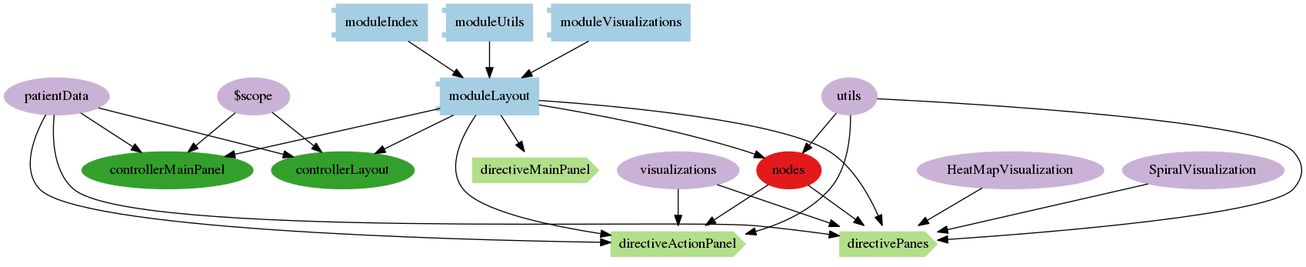
Before: architecture/png/modules/moduleLayout.png, a diagram exported from Graphviz (nevesnunes/MultiViz). Its source is kept beside it as architecture/dot/modules/moduleLayout.dot.
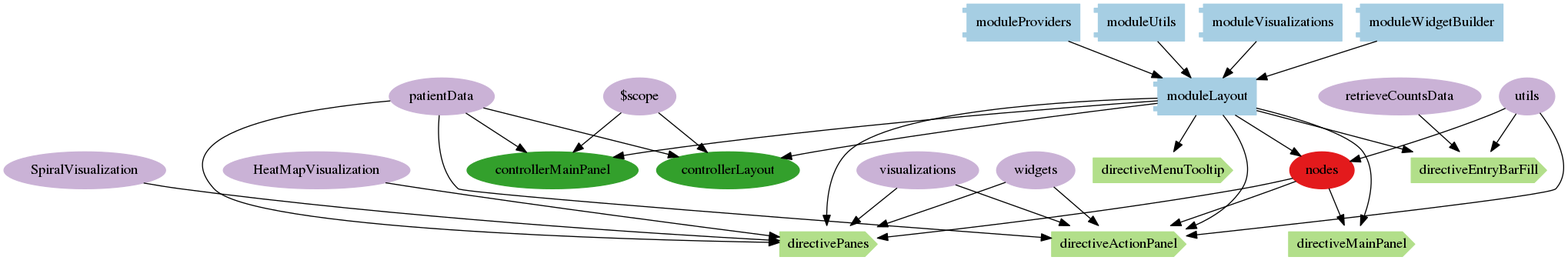
After the commit.

Diff of the diagram source:
```diff
@@ -6,14 +6,17 @@
     "moduleLayout"[label="moduleLayout", color=1]
 
 
-      "moduleIndex"[label="moduleIndex", color=1]
-      "moduleIndex" -> "moduleLayout"
+      "moduleProviders"[label="moduleProviders", color=1]
+      "moduleProviders" -> "moduleLayout"
 
       "moduleUtils"[label="moduleUtils", color=1]
       "moduleUtils" -> "moduleLayout"
 
       "moduleVisualizations"[label="moduleVisualizations", color=1]
       "moduleVisualizations" -> "moduleLayout"
+
+      "moduleWidgetBuilder"[label="moduleWidgetBuilder", color=1]
+      "moduleWidgetBuilder" -> "moduleLayout"
 
 
 
@@ -43,6 +46,12 @@
       "directiveMainPanel"[label="directiveMainPanel", color=3]
       "moduleLayout" -> "directiveMainPanel"
 
+      "directiveEntryBarFill"[label="directiveEntryBarFill", color=3]
+      "moduleLayout" -> "directiveEntryBarFill"
+
+      "directiveMenuTooltip"[label="directiveMenuTooltip", color=3]
+      "moduleLayout" -> "directiveMenuTooltip"
+
       "directiveActionPanel"[label="directiveActionPanel", color=3]
       "moduleLayout" -> "directiveActionPanel"
 
@@ -63,6 +72,19 @@
 
 
 
+        "nodes"[label="nodes"]
+        "nodes" -> "directiveMainPanel"
+
+
+
+        "utils"[label="utils"]
+        "utils" -> "directiveEntryBarFill"
+
+        "retrieveCountsData"[label="retrieveCountsData"]
+        "retrieveCountsData" -> "directiveEntryBarFill"
+
+
+
 
 
         "visualizations"[label="visualizations"]
@@ -74,13 +96,16 @@
         "utils"[label="utils"]
         "utils" -> "directiveActionPanel"
 
+        "widgets"[label="widgets"]
+        "widgets" -> "directiveActionPanel"
+
         "nodes"[label="nodes"]
         "nodes" -> "directiveActionPanel"
 
 
 
-        "utils"[label="utils"]
-        "utils" -> "directivePanes"
+        "widgets"[label="widgets"]
+        "widgets" -> "directivePanes"
 
         "nodes"[label="nodes"]
         "nodes" -> "directivePanes"
```
